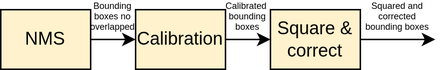
Before: Figures/mtcnn_postprocess.png, a diagram exported from draw.io (mauriciobarroso/UBA_MSE-6Co2021_TI). Source tidied: cells renumbered, new cells last; positions are measured from the earlier drawing's top-left corner, leaving out a move shared by most shapes. Source of this version:
```xml
<mxGraphModel math="1">
  <root>
    <mxCell id="0" />
    <mxCell id="1" parent="0" />
    <mxCell id="2" style="edgeStyle=orthogonalEdgeStyle;rounded=0;jettySize=auto;html=1;fillColor=#fff2cc;strokeColor=default;" parent="1" edge="1" source="3" target="5">
      <mxGeometry relative="1" as="geometry" />
    </mxCell>
    <mxCell id="3" value="NMS" style="rounded=0;whiteSpace=wrap;html=1;fillColor=#fff2cc;strokeColor=default;" parent="1" vertex="1">
      <mxGeometry y="5" width="60" height="40" as="geometry" />
    </mxCell>
    <mxCell id="4" style="edgeStyle=orthogonalEdgeStyle;rounded=0;jettySize=auto;html=1;fillColor=#fff2cc;strokeColor=default;" parent="1" edge="1" source="5" target="7">
      <mxGeometry relative="1" as="geometry" />
    </mxCell>
    <mxCell id="5" value="Calibration" style="rounded=0;whiteSpace=wrap;html=1;fillColor=#fff2cc;strokeColor=default;" parent="1" vertex="1">
      <mxGeometry x="90" y="5" width="60" height="40" as="geometry" />
    </mxCell>
    <mxCell id="6" style="edgeStyle=orthogonalEdgeStyle;rounded=0;jettySize=auto;html=1;exitX=1;exitY=0.5;exitDx=0;exitDy=0;strokeColor=default;" parent="1" edge="1" source="7">
      <mxGeometry relative="1" as="geometry">
        <mxPoint x="290" y="25" as="targetPoint" />
      </mxGeometry>
    </mxCell>
    <mxCell id="7" value="Square &amp;amp; correct" style="rounded=0;whiteSpace=wrap;html=1;fillColor=#fff2cc;strokeColor=default;" parent="1" vertex="1">
      <mxGeometry x="180" y="5" width="60" height="40" as="geometry" />
    </mxCell>
    <mxCell id="8" value="Bounding boxes no overlapped" style="text;html=1;strokeColor=none;fillColor=none;align=center;verticalAlign=middle;whiteSpace=wrap;rounded=0;fontSize=6;" parent="1" vertex="1">
      <mxGeometry x="60" width="30" height="20" as="geometry" />
    </mxCell>
    <mxCell id="9" value="Calibrated&amp;nbsp; bounding boxes" style="text;html=1;strokeColor=none;fillColor=none;align=center;verticalAlign=middle;whiteSpace=wrap;rounded=0;fontSize=6;" parent="1" vertex="1">
      <mxGeometry x="150" width="30" height="20" as="geometry" />
    </mxCell>
    <mxCell id="10" value="Squared and corrected bounding boxes" style="text;html=1;strokeColor=none;fillColor=none;align=center;verticalAlign=middle;whiteSpace=wrap;rounded=0;fontSize=6;" parent="1" vertex="1">
      <mxGeometry x="240" width="50" height="20" as="geometry" />
    </mxCell>
  </root>
</mxGraphModel>
```
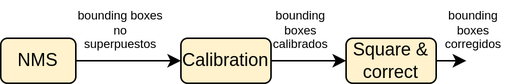
Later version of the same file.

What changed in the source:
```diff
@@ -5,31 +5,31 @@
     <mxCell id="2" style="edgeStyle=orthogonalEdgeStyle;rounded=0;jettySize=auto;html=1;fillColor=#fff2cc;strokeColor=default;" parent="1" edge="1" source="3" target="5">
       <mxGeometry relative="1" as="geometry" />
     </mxCell>
-    <mxCell id="3" value="NMS" style="rounded=0;whiteSpace=wrap;html=1;fillColor=#fff2cc;strokeColor=default;" parent="1" vertex="1">
-      <mxGeometry y="5" width="60" height="40" as="geometry" />
+    <mxCell id="3" value="NMS" style="rounded=1;whiteSpace=wrap;html=1;fillColor=#fff2cc;strokeColor=default;" parent="1" vertex="1">
+      <mxGeometry x="-330" y="230" width="50" height="30" as="geometry" />
     </mxCell>
     <mxCell id="4" style="edgeStyle=orthogonalEdgeStyle;rounded=0;jettySize=auto;html=1;fillColor=#fff2cc;strokeColor=default;" parent="1" edge="1" source="5" target="7">
       <mxGeometry relative="1" as="geometry" />
     </mxCell>
-    <mxCell id="5" value="Calibration" style="rounded=0;whiteSpace=wrap;html=1;fillColor=#fff2cc;strokeColor=default;" parent="1" vertex="1">
-      <mxGeometry x="90" y="5" width="60" height="40" as="geometry" />
+    <mxCell id="5" value="Calibration" style="rounded=1;whiteSpace=wrap;html=1;fillColor=#fff2cc;strokeColor=default;" parent="1" vertex="1">
+      <mxGeometry x="-210" y="230" width="60" height="30" as="geometry" />
     </mxCell>
-    <mxCell id="6" style="edgeStyle=orthogonalEdgeStyle;rounded=0;jettySize=auto;html=1;exitX=1;exitY=0.5;exitDx=0;exitDy=0;strokeColor=default;" parent="1" edge="1" source="7">
+    <mxCell id="6" style="edgeStyle=orthogonalEdgeStyle;rounded=0;jettySize=auto;html=1;exitX=1;exitY=0.5;exitDx=0;exitDy=0;" parent="1" edge="1" source="7">
       <mxGeometry relative="1" as="geometry">
-        <mxPoint x="290" y="25" as="targetPoint" />
+        <mxPoint x="-20" y="244.9" as="targetPoint" />
       </mxGeometry>
     </mxCell>
-    <mxCell id="7" value="Square &amp;amp; correct" style="rounded=0;whiteSpace=wrap;html=1;fillColor=#fff2cc;strokeColor=default;" parent="1" vertex="1">
-      <mxGeometry x="180" y="5" width="60" height="40" as="geometry" />
+    <mxCell id="7" value="Square &amp;amp; correct" style="rounded=1;whiteSpace=wrap;html=1;fillColor=#fff2cc;strokeColor=default;" parent="1" vertex="1">
+      <mxGeometry x="-100" y="230" width="60" height="30" as="geometry" />
     </mxCell>
-    <mxCell id="8" value="Bounding boxes no overlapped" style="text;html=1;strokeColor=none;fillColor=none;align=center;verticalAlign=middle;whiteSpace=wrap;rounded=0;fontSize=6;" parent="1" vertex="1">
-      <mxGeometry x="60" width="30" height="20" as="geometry" />
+    <mxCell id="8" value="bounding boxes no superpuestos" style="text;html=1;strokeColor=none;fillColor=none;align=center;verticalAlign=middle;whiteSpace=wrap;rounded=0;fontSize=8;" parent="1" vertex="1">
+      <mxGeometry x="-280" y="205" width="60" height="40" as="geometry" />
     </mxCell>
-    <mxCell id="9" value="Calibrated&amp;nbsp; bounding boxes" style="text;html=1;strokeColor=none;fillColor=none;align=center;verticalAlign=middle;whiteSpace=wrap;rounded=0;fontSize=6;" parent="1" vertex="1">
-      <mxGeometry x="150" width="30" height="20" as="geometry" />
+    <mxCell id="9" value="bounding boxes calibrados" style="text;html=1;strokeColor=none;fillColor=none;align=center;verticalAlign=middle;whiteSpace=wrap;rounded=0;fontSize=8;" parent="1" vertex="1">
+      <mxGeometry x="-150" y="205" width="40" height="40" as="geometry" />
     </mxCell>
-    <mxCell id="10" value="Squared and corrected bounding boxes" style="text;html=1;strokeColor=none;fillColor=none;align=center;verticalAlign=middle;whiteSpace=wrap;rounded=0;fontSize=6;" parent="1" vertex="1">
-      <mxGeometry x="240" width="50" height="20" as="geometry" />
+    <mxCell id="10" value="bounding boxes corregidos" style="text;html=1;strokeColor=none;fillColor=none;align=center;verticalAlign=middle;whiteSpace=wrap;rounded=0;fontSize=8;comic=0;enumerate=0;fixDash=0;shadow=0;" parent="1" vertex="1">
+      <mxGeometry x="-40" y="205" width="50" height="40" as="geometry" />
     </mxCell>
   </root>
 </mxGraphModel>
```
